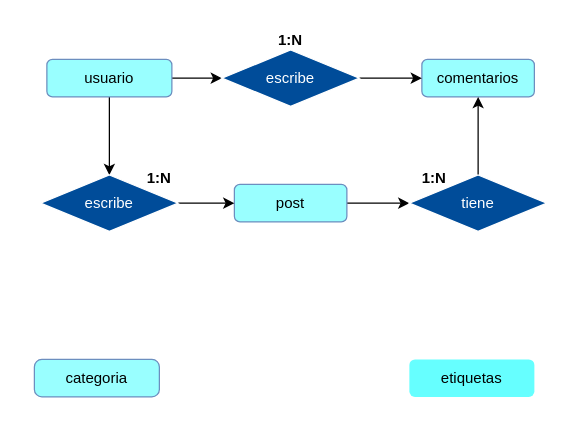
Earlier version of the draw.io diagram imagenes/Untitled Diagram.drawio (freddier/hyperblog). Source tidied: cells renumbered, new cells numbered last; positions are measured from the earlier drawing's top-left corner, leaving out a move shared by most shapes. Both pictures are drawn from the tidied source at 125%, with x=0, y=0 at pixel (34, 21).
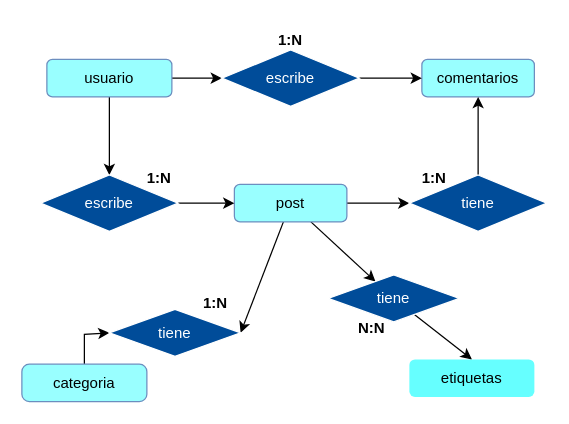
Above is the later version.

Unchanged cells that the change refers to:
```xml
<mxCell id="7" value="post" style="rounded=1;whiteSpace=wrap;html=1;fillColor=#99FFFF;strokeColor=#6c8ebf;fontColor=default;" parent="1" vertex="1">
  <mxGeometry x="160" y="130" width="90" height="30" as="geometry" />
</mxCell>
<mxCell id="9" value="etiquetas" style="rounded=1;whiteSpace=wrap;html=1;fillColor=#66FFFF;strokeColor=none;" parent="1" vertex="1">
  <mxGeometry x="300" y="270" width="100" height="30" as="geometry" />
</mxCell>
```

Change to the diagram source:
```diff
@@
+    <mxCell id="19" style="edgeStyle=none;rounded=0;jettySize=auto;html=1;shadow=0;fontColor=default;strokeColor=default;entryX=0;entryY=0.5;entryDx=0;entryDy=0;" parent="1" edge="1" source="5" target="22">
+      <mxGeometry relative="1" as="geometry">
+        <Array as="points">
+          <mxPoint x="40" y="250" />
+        </Array>
+      </mxGeometry>
+    </mxCell>
     <mxCell id="5" value="categoria" style="rounded=1;whiteSpace=wrap;html=1;fillColor=#99FFFF;strokeColor=#6c8ebf;arcSize=20;" parent="1" vertex="1">
-      <mxGeometry y="270" width="100" height="30" as="geometry" />
+      <mxGeometry x="-10" y="273.8" width="100" height="30" as="geometry" />
     </mxCell>
@@
+    <mxCell id="20" style="edgeStyle=none;rounded=0;jettySize=auto;html=1;shadow=0;fontColor=default;strokeColor=default;entryX=1;entryY=0.5;entryDx=0;entryDy=0;" parent="1" edge="1" source="7" target="22">
+      <mxGeometry relative="1" as="geometry" />
+    </mxCell>
+    <mxCell id="21" style="edgeStyle=none;rounded=0;jettySize=auto;html=1;shadow=0;fontColor=default;strokeColor=default;" parent="1" edge="1" source="7" target="25">
+      <mxGeometry relative="1" as="geometry" />
+    </mxCell>
@@
+    <mxCell id="22" value="tiene" style="rhombus;whiteSpace=wrap;html=1;fillColor=#004C99;strokeColor=#FFFFFF;fontColor=#FFFFFF;" parent="1" vertex="1">
+      <mxGeometry x="60" y="230" width="105" height="37.5" as="geometry" />
+    </mxCell>
+    <mxCell id="23" value="&lt;b&gt;1:N&lt;/b&gt;" style="text;html=1;strokeColor=none;fillColor=none;align=center;verticalAlign=middle;whiteSpace=wrap;rounded=0;" parent="1" vertex="1">
+      <mxGeometry x="115" y="210" width="60" height="30" as="geometry" />
+    </mxCell>
+    <mxCell id="24" style="edgeStyle=none;rounded=0;jettySize=auto;html=1;entryX=0.5;entryY=0;entryDx=0;entryDy=0;shadow=0;fontColor=default;strokeColor=default;" parent="1" edge="1" source="25" target="9">
+      <mxGeometry relative="1" as="geometry" />
+    </mxCell>
+    <mxCell id="25" value="tiene" style="rhombus;whiteSpace=wrap;html=1;fillColor=#004C99;strokeColor=#FFFFFF;fontColor=#FFFFFF;" parent="1" vertex="1">
+      <mxGeometry x="235" y="202.5" width="105" height="37.5" as="geometry" />
+    </mxCell>
+    <mxCell id="26" value="&lt;b&gt;N:N&lt;/b&gt;" style="text;html=1;strokeColor=none;fillColor=none;align=center;verticalAlign=middle;whiteSpace=wrap;rounded=0;" parent="1" vertex="1">
+      <mxGeometry x="240" y="230" width="60" height="30" as="geometry" />
+    </mxCell>
```
